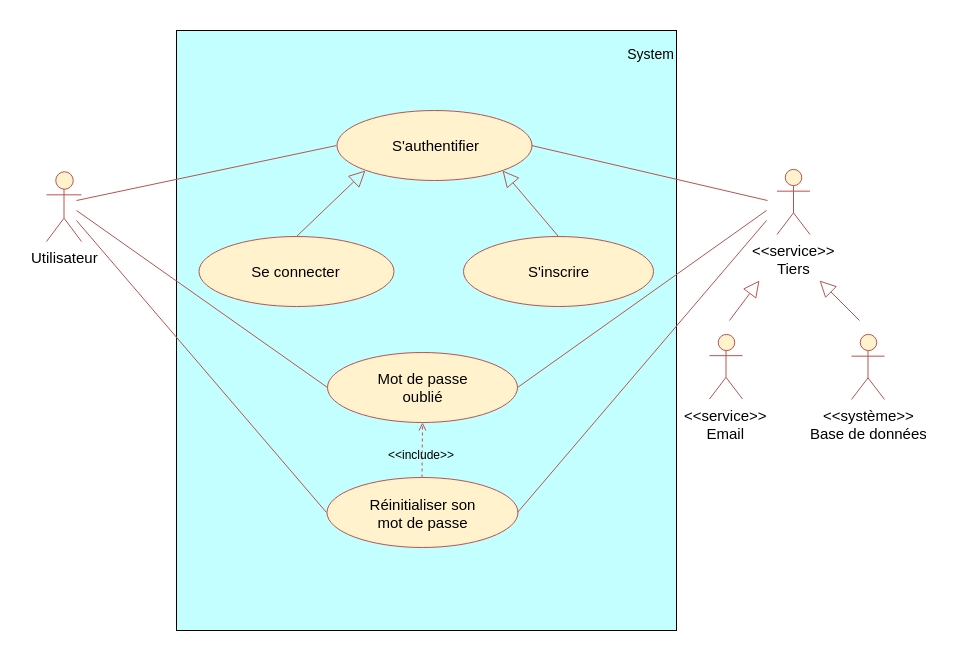
The draw.io diagram Diagrammes/Securite.png in Thibok/snow-tricks, before a commit. Source tidied: cells renumbered, new cells last; positions are measured from the earlier drawing's top-left corner, leaving out a move shared by most shapes.
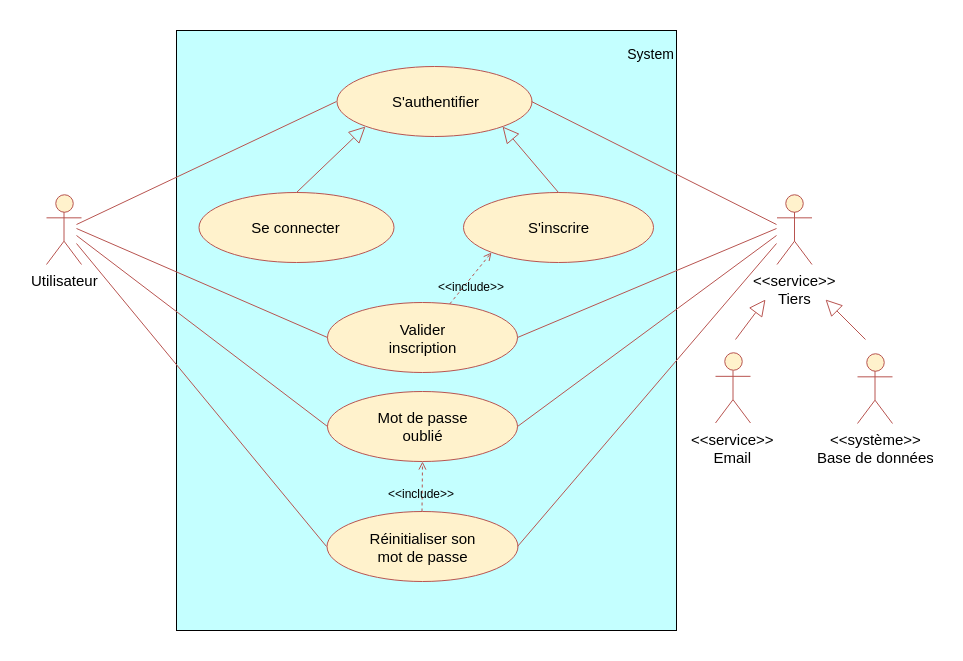
Later version of the same file.

What changed in the source:
```diff
@@ -3,7 +3,7 @@
     <mxCell id="0" />
     <mxCell id="1" parent="0" />
     <mxCell id="2" value="&amp;lt;&amp;lt;système&amp;gt;&amp;gt;&lt;div style=&quot;font-size: 15px&quot;&gt;Base de données&lt;/div&gt;" style="shape=umlActor;verticalLabelPosition=bottom;labelBackgroundColor=#ffffff;verticalAlign=top;html=1;fillColor=#FFF2CC;strokeColor=#b85450;fontSize=15;" parent="1" vertex="1">
-      <mxGeometry x="805" y="304" width="33" height="65" as="geometry" />
+      <mxGeometry x="811" y="323" width="35" height="70" as="geometry" />
     </mxCell>
     <mxCell id="3" style="rounded=0;whiteSpace=wrap;html=1;fillColor=#C4FFFF;strokeColor=#000000;" parent="1" vertex="1">
       <mxGeometry x="130" width="500" height="600" as="geometry" />
@@ -13,37 +13,37 @@
     </mxCell>
     <mxCell id="5" style="endArrow=none;html=1;fontColor=#FFFFFF;entryX=0;entryY=0.5;fillColor=#f8cecc;strokeColor=#b85450;" parent="1" edge="1" target="6">
       <mxGeometry relative="1" as="geometry">
-        <mxPoint x="30" y="170" as="sourcePoint" />
+        <mxPoint x="30" y="194" as="sourcePoint" />
       </mxGeometry>
     </mxCell>
     <mxCell id="6" value="S'authentifier&lt;br&gt;" style="ellipse;whiteSpace=wrap;html=1;strokeColor=#B85450;fillColor=#fff2cc;fontColor=#000000;fontSize=15;" parent="1" vertex="1">
-      <mxGeometry x="290" y="80" width="195" height="70" as="geometry" />
+      <mxGeometry x="290" y="36" width="195" height="70" as="geometry" />
     </mxCell>
     <mxCell id="7" value="Se connecter" style="ellipse;whiteSpace=wrap;html=1;strokeColor=#B85450;fillColor=#fff2cc;fontColor=#000000;fontSize=15;" parent="1" vertex="1">
-      <mxGeometry x="152" y="206" width="195" height="70" as="geometry" />
+      <mxGeometry x="152" y="162" width="195" height="70" as="geometry" />
     </mxCell>
     <mxCell id="8" value="Utilisateur" style="shape=umlActor;verticalLabelPosition=bottom;labelBackgroundColor=#ffffff;verticalAlign=top;html=1;fillColor=#FFF2CC;strokeColor=#b85450;fontSize=15;strokeWidth=1;perimeterSpacing=3;" parent="1" vertex="1">
-      <mxGeometry y="141" width="35" height="70" as="geometry" />
+      <mxGeometry y="164" width="35" height="70" as="geometry" />
     </mxCell>
     <mxCell id="9" value="Réinitialiser son&lt;br&gt;mot de passe&lt;br&gt;" style="ellipse;whiteSpace=wrap;html=1;strokeColor=#B85450;fillColor=#fff2cc;fontColor=#000000;fontSize=15;" parent="1" vertex="1">
-      <mxGeometry x="280" y="447" width="191" height="70" as="geometry" />
+      <mxGeometry x="280" y="481" width="191" height="70" as="geometry" />
     </mxCell>
     <mxCell id="10" value="S'inscrire" style="ellipse;whiteSpace=wrap;html=1;strokeColor=#B85450;fillColor=#fff2cc;fontColor=#000000;fontSize=15;" parent="1" vertex="1">
-      <mxGeometry x="417" y="206" width="190" height="70" as="geometry" />
+      <mxGeometry x="417" y="162" width="190" height="70" as="geometry" />
     </mxCell>
     <mxCell id="11" value="Mot de passe&lt;br&gt;oublié&lt;br&gt;" style="ellipse;whiteSpace=wrap;html=1;strokeColor=#B85450;fillColor=#fff2cc;fontColor=#000000;fontSize=15;" parent="1" vertex="1">
-      <mxGeometry x="281" y="321.5" width="190" height="70" as="geometry" />
+      <mxGeometry x="281" y="360.5" width="190" height="70" as="geometry" />
     </mxCell>
     <mxCell id="12" style="endArrow=open;html=1;endFill=0;endSize=6;fillColor=#f8cecc;strokeColor=#b85450;entryX=0.5;entryY=1;dashed=1;" parent="1" edge="1" source="9" target="11">
       <mxGeometry relative="1" as="geometry" />
     </mxCell>
     <mxCell id="13" style="endArrow=none;html=1;fontColor=#FFFFFF;exitX=1;exitY=0.5;fillColor=#f8cecc;strokeColor=#b85450;" parent="1" edge="1" source="6">
       <mxGeometry relative="1" as="geometry">
-        <mxPoint x="721" y="170" as="targetPoint" />
+        <mxPoint x="730" y="194" as="targetPoint" />
       </mxGeometry>
     </mxCell>
     <mxCell id="14" value="&amp;lt;&amp;lt;service&amp;gt;&amp;gt;&lt;div style=&quot;font-size: 15px&quot;&gt;Email&lt;/div&gt;" style="shape=umlActor;verticalLabelPosition=bottom;labelBackgroundColor=#ffffff;verticalAlign=top;html=1;fillColor=#FFF2CC;strokeColor=#b85450;fontSize=15;" parent="1" vertex="1">
-      <mxGeometry x="663" y="303.5" width="33" height="65" as="geometry" />
+      <mxGeometry x="669" y="322.5" width="35" height="70" as="geometry" />
     </mxCell>
     <mxCell id="15" style="endArrow=block;html=1;endFill=0;endSize=14;fillColor=#f8cecc;strokeColor=#b85450;entryX=0;entryY=1;exitX=0.5;exitY=0;" parent="1" edge="1" source="7" target="6">
       <mxGeometry relative="1" as="geometry" />
@@ -52,42 +52,61 @@
       <mxGeometry relative="1" as="geometry" />
     </mxCell>
     <mxCell id="17" value="&amp;lt;&amp;lt;service&amp;gt;&amp;gt;&lt;br&gt;Tiers&lt;br&gt;" style="shape=umlActor;verticalLabelPosition=bottom;labelBackgroundColor=#ffffff;verticalAlign=top;html=1;fillColor=#FFF2CC;strokeColor=#b85450;fontSize=15;" parent="1" vertex="1">
-      <mxGeometry x="730.5" y="139" width="33" height="65" as="geometry" />
+      <mxGeometry x="730.5" y="164" width="35" height="70" as="geometry" />
     </mxCell>
     <mxCell id="18" style="endArrow=block;html=1;endFill=0;endSize=14;fillColor=#f8cecc;strokeColor=#b85450;" parent="1" edge="1">
       <mxGeometry relative="1" as="geometry">
-        <mxPoint x="813" y="290" as="sourcePoint" />
-        <mxPoint x="773" y="250" as="targetPoint" />
+        <mxPoint x="819" y="309" as="sourcePoint" />
+        <mxPoint x="779" y="269" as="targetPoint" />
       </mxGeometry>
     </mxCell>
     <mxCell id="19" style="endArrow=block;html=1;endFill=0;endSize=14;fillColor=#f8cecc;strokeColor=#b85450;" parent="1" edge="1">
       <mxGeometry relative="1" as="geometry">
-        <mxPoint x="683" y="290" as="sourcePoint" />
-        <mxPoint x="713" y="250" as="targetPoint" />
+        <mxPoint x="689" y="309" as="sourcePoint" />
+        <mxPoint x="719" y="269" as="targetPoint" />
       </mxGeometry>
     </mxCell>
     <mxCell id="20" style="endArrow=none;html=1;fontColor=#FFFFFF;exitX=1;exitY=0.5;fillColor=#f8cecc;strokeColor=#b85450;" parent="1" edge="1" source="11">
       <mxGeometry relative="1" as="geometry">
-        <mxPoint x="720" y="180" as="targetPoint" />
+        <mxPoint x="730" y="205" as="targetPoint" />
       </mxGeometry>
     </mxCell>
     <mxCell id="21" style="endArrow=none;html=1;fontColor=#FFFFFF;entryX=0;entryY=0.5;fillColor=#f8cecc;strokeColor=#b85450;" parent="1" edge="1" target="11">
       <mxGeometry relative="1" as="geometry">
-        <mxPoint x="30" y="180" as="sourcePoint" />
+        <mxPoint x="30" y="205" as="sourcePoint" />
       </mxGeometry>
     </mxCell>
     <mxCell id="22" value="&amp;lt;&amp;lt;include&amp;gt;&amp;gt;" style="text;html=1;align=left;verticalAlign=top;spacingTop=-4;" parent="1" vertex="1">
-      <mxGeometry x="339.5" y="415" width="80" height="20" as="geometry" />
+      <mxGeometry x="339.5" y="454" width="80" height="20" as="geometry" />
     </mxCell>
     <mxCell id="23" style="endArrow=none;html=1;fontColor=#FFFFFF;entryX=0;entryY=0.5;fillColor=#f8cecc;strokeColor=#b85450;entryDx=0;entryDy=0;" parent="1" edge="1" target="9">
       <mxGeometry relative="1" as="geometry">
-        <mxPoint x="30" y="190" as="sourcePoint" />
+        <mxPoint x="30" y="213" as="sourcePoint" />
       </mxGeometry>
     </mxCell>
     <mxCell id="24" style="endArrow=none;html=1;fontColor=#FFFFFF;entryX=1;entryY=0.5;fillColor=#f8cecc;strokeColor=#b85450;entryDx=0;entryDy=0;" parent="1" edge="1" target="9">
       <mxGeometry relative="1" as="geometry">
-        <mxPoint x="720" y="190" as="sourcePoint" />
+        <mxPoint x="730" y="213" as="sourcePoint" />
       </mxGeometry>
     </mxCell>
+    <mxCell id="25" value="Valider&lt;br&gt;inscription&lt;br&gt;" style="ellipse;whiteSpace=wrap;html=1;strokeColor=#B85450;fillColor=#fff2cc;fontColor=#000000;fontSize=15;" parent="1" vertex="1">
+      <mxGeometry x="281" y="272" width="190" height="70" as="geometry" />
+    </mxCell>
+    <mxCell id="26" style="endArrow=open;html=1;endFill=0;endSize=6;fillColor=#f8cecc;strokeColor=#b85450;entryX=0;entryY=1;dashed=1;entryDx=0;entryDy=0;" parent="1" edge="1" source="25" target="10">
+      <mxGeometry relative="1" as="geometry" />
+    </mxCell>
+    <mxCell id="27" value="&amp;lt;&amp;lt;include&amp;gt;&amp;gt;" style="text;html=1;align=left;verticalAlign=top;spacingTop=-4;" parent="1" vertex="1">
+      <mxGeometry x="389.5" y="247" width="80" height="20" as="geometry" />
+    </mxCell>
+    <mxCell id="28" style="endArrow=none;html=1;fontColor=#FFFFFF;entryX=0;entryY=0.5;fillColor=#f8cecc;strokeColor=#b85450;entryDx=0;entryDy=0;" parent="1" edge="1" target="25">
+      <mxGeometry relative="1" as="geometry">
+        <mxPoint x="30" y="198" as="sourcePoint" />
+      </mxGeometry>
+    </mxCell>
+    <mxCell id="29" style="endArrow=none;html=1;fontColor=#FFFFFF;entryX=1;entryY=0.5;fillColor=#f8cecc;strokeColor=#b85450;entryDx=0;entryDy=0;" parent="1" edge="1" target="25">
+      <mxGeometry relative="1" as="geometry">
+        <mxPoint x="730" y="198" as="sourcePoint" />
+      </mxGeometry>
+    </mxCell>
   </root>
 </mxGraphModel>
```
